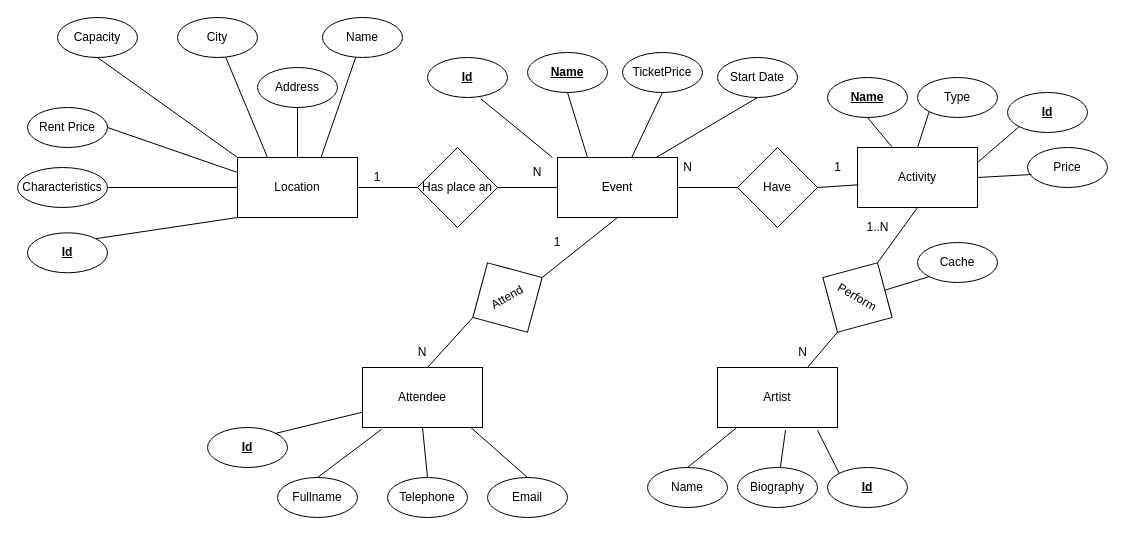
The draw.io diagram Solution/DER-Empresa_Eventos.drawio in PabloPaezSheridan/EventsEnterpriseSQLDesign, before the edit. Source tidied: cells renumbered, new cells numbered last; positions are measured from the earlier drawing's top-left corner, leaving out a move shared by most shapes. Both pictures are drawn from the tidied source at 100%, with x=0, y=0 at pixel (17, 17).
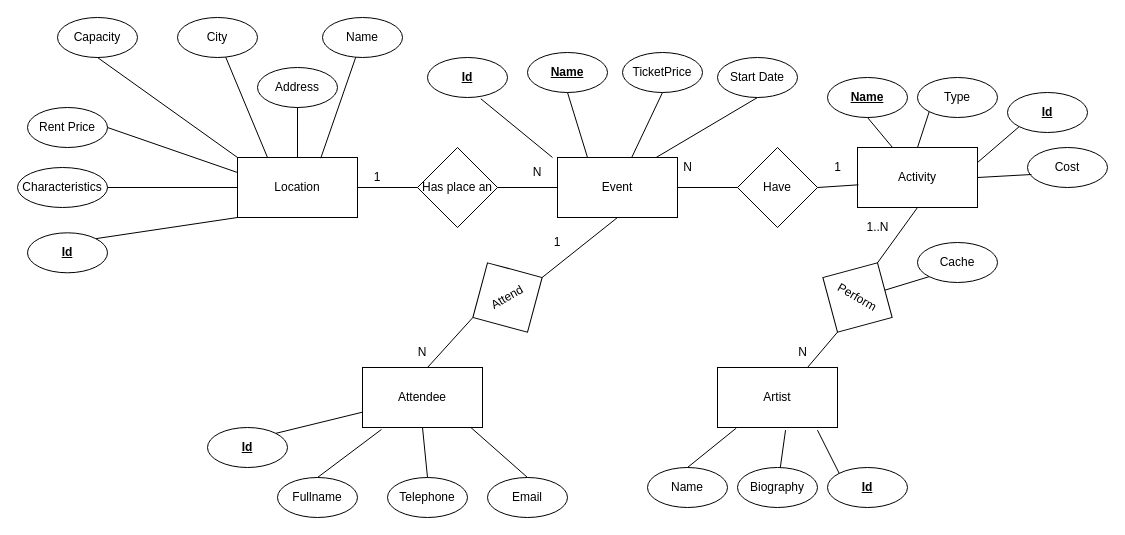
The same diagram, later.

Change to the diagram source:
```diff
@@
-    <mxCell id="71" value="Price" style="ellipse;whiteSpace=wrap;html=1;" parent="1" vertex="1">
+    <mxCell id="71" value="Cost" style="ellipse;whiteSpace=wrap;html=1;" parent="1" vertex="1">
       <mxGeometry x="1010" y="130" width="80" height="40" as="geometry" />
     </mxCell>
```
